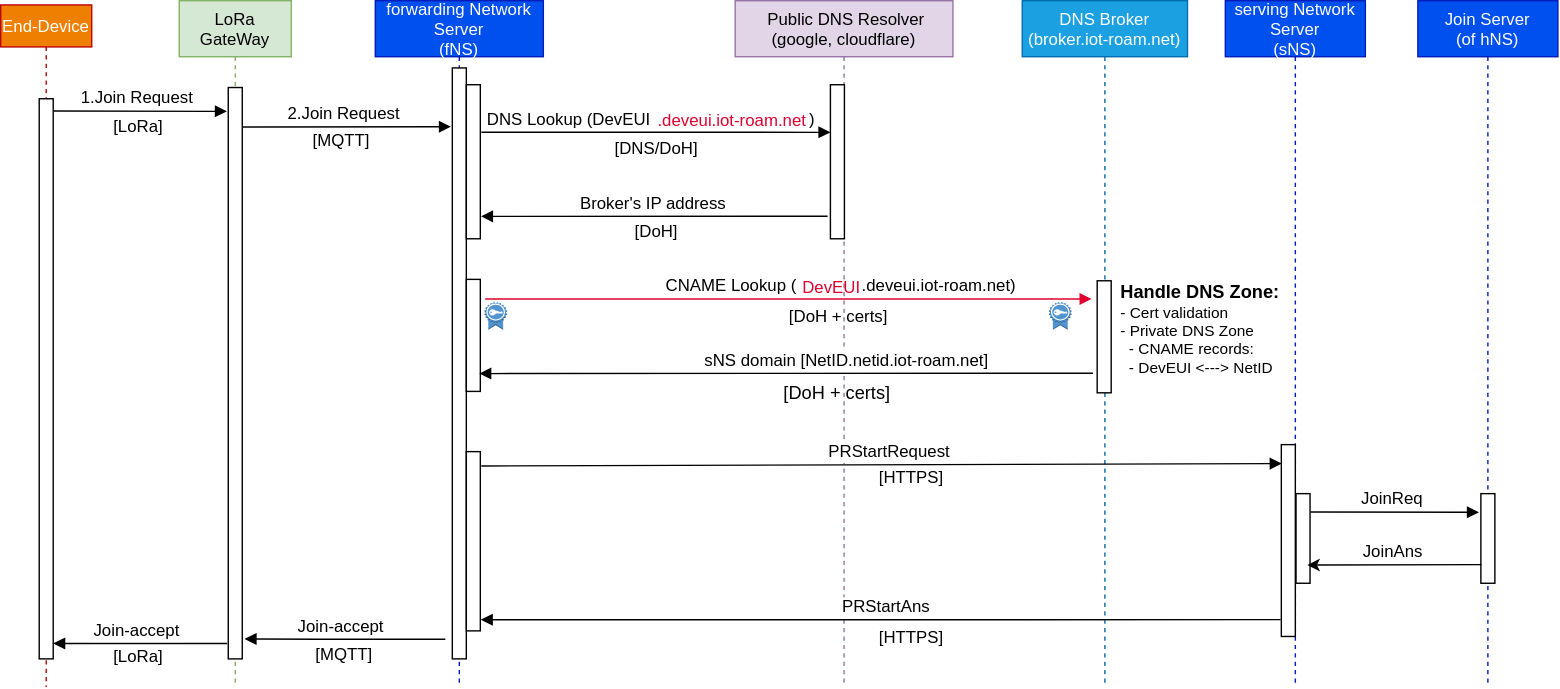
Above: images/echange.svg in MarinoMtz/LoRaWAN-Roaming-Tutorial (draw.io), before the change. Source tidied: cells renumbered, new cells last; positions are measured from the earlier drawing's top-left corner, leaving out a move shared by most shapes.
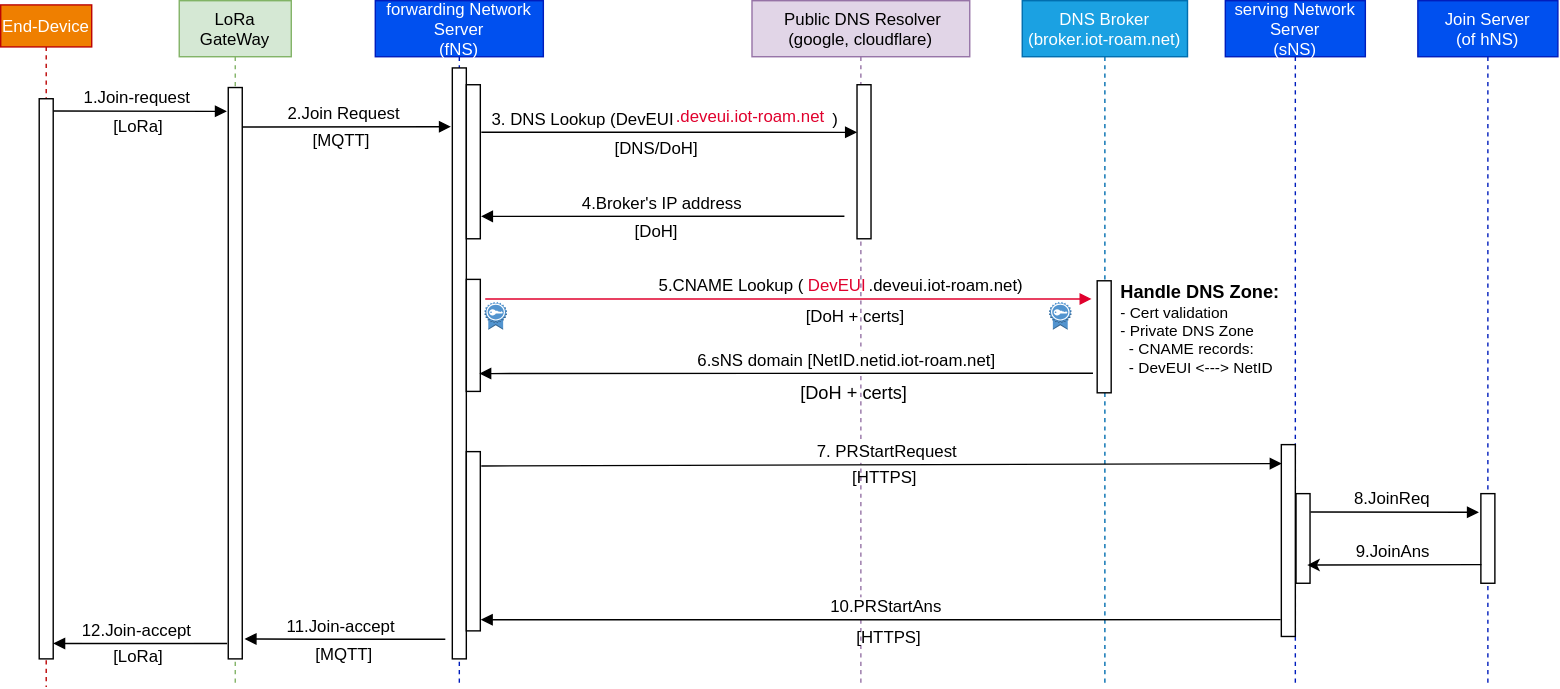
Above is the later version.

Diff of the diagram source:
```diff
@@ -2,7 +2,7 @@
   <root>
     <mxCell id="0" />
     <mxCell id="1" parent="0" />
-    <mxCell id="2" value="CNAME Lookup (              .deveui.iot-roam.net)" style="verticalAlign=bottom;endArrow=block;shadow=0;strokeWidth=1;exitX=1.45;exitY=0.175;exitDx=0;exitDy=0;exitPerimeter=0;fontSize=12;strokeColor=#E0002D;" parent="1" edge="1">
+    <mxCell id="2" value="5.CNAME Lookup (              .deveui.iot-roam.net)" style="verticalAlign=bottom;endArrow=block;shadow=0;strokeWidth=1;exitX=1.45;exitY=0.175;exitDx=0;exitDy=0;exitPerimeter=0;fontSize=12;strokeColor=#E0002D;" parent="1" edge="1">
       <mxGeometry x="0.17" relative="1" as="geometry">
         <mxPoint x="346" y="213" as="sourcePoint" />
         <mxPoint x="779" y="213" as="targetPoint" />
@@ -30,30 +30,30 @@
       <mxGeometry x="481.2" y="215" width="16" height="20" as="geometry" />
     </mxCell>
     <mxCell id="10" value=" Public DNS Resolver&#10;(google, cloudflare)" style="shape=umlLifeline;perimeter=lifelinePerimeter;rounded=0;shadow=0;strokeWidth=1;fillColor=#e1d5e7;strokeColor=#9673a6;" parent="1" vertex="1">
-      <mxGeometry x="524.5" width="155.5" height="490" as="geometry" />
+      <mxGeometry x="536.5" width="155.5" height="490" as="geometry" />
     </mxCell>
     <mxCell id="11" style="points=[];perimeter=orthogonalPerimeter;rounded=0;shadow=0;strokeWidth=1;" parent="10" vertex="1">
-      <mxGeometry x="68" y="60" width="10" height="110" as="geometry" />
+      <mxGeometry x="75" y="60" width="10" height="110" as="geometry" />
     </mxCell>
-    <mxCell id="12" value="Broker's IP address" style="verticalAlign=bottom;endArrow=block;shadow=0;strokeWidth=1;exitX=-0.3;exitY=0.936;exitDx=0;exitDy=0;exitPerimeter=0;fontSize=12;" parent="10" edge="1">
+    <mxCell id="12" value="4.Broker's IP address" style="verticalAlign=bottom;endArrow=block;shadow=0;strokeWidth=1;exitX=-0.3;exitY=0.936;exitDx=0;exitDy=0;exitPerimeter=0;fontSize=12;" parent="10" edge="1">
       <mxGeometry relative="1" as="geometry">
         <mxPoint x="66" y="154" as="sourcePoint" />
-        <mxPoint x="-181.5" y="154" as="targetPoint" />
+        <mxPoint x="-193.5" y="154" as="targetPoint" />
       </mxGeometry>
     </mxCell>
     <mxCell id="13" value="[DoH + certs]" style="text;html=1;align=center;verticalAlign=middle;strokeColor=none;fillColor=none;" parent="10" vertex="1">
       <mxGeometry x="28" y="215.5" width="90" height="20" as="geometry" />
     </mxCell>
     <mxCell id="14" value="[HTTPS]" style="text;html=1;align=center;verticalAlign=middle;strokeColor=none;fillColor=none;" parent="10" vertex="1">
-      <mxGeometry x="95.5" y="331" width="60" height="20" as="geometry" />
+      <mxGeometry x="64.5" y="331" width="60" height="20" as="geometry" />
     </mxCell>
     <mxCell id="15" value="[DoH + certs]" style="text;html=1;align=center;verticalAlign=middle;strokeColor=none;fillColor=none;fontSize=13;" parent="10" vertex="1">
       <mxGeometry x="27.2" y="270" width="90" height="20" as="geometry" />
     </mxCell>
     <mxCell id="16" value="[HTTPS]" style="text;html=1;align=center;verticalAlign=middle;strokeColor=none;fillColor=none;" parent="10" vertex="1">
-      <mxGeometry x="95.5" y="445" width="60" height="20" as="geometry" />
+      <mxGeometry x="67.5" y="445" width="60" height="20" as="geometry" />
     </mxCell>
-    <mxCell id="17" value="DNS Lookup (DevEUI                                  )" style="verticalAlign=bottom;endArrow=block;shadow=0;strokeWidth=1;entryX=0;entryY=0.309;entryDx=0;entryDy=0;entryPerimeter=0;fontSize=12;exitX=1.073;exitY=0.308;exitDx=0;exitDy=0;exitPerimeter=0;" parent="1" edge="1" source="5" target="11">
+    <mxCell id="17" value="3. DNS Lookup (DevEUI                                  )" style="verticalAlign=bottom;endArrow=block;shadow=0;strokeWidth=1;entryX=0;entryY=0.309;entryDx=0;entryDy=0;entryPerimeter=0;fontSize=12;exitX=1.073;exitY=0.308;exitDx=0;exitDy=0;exitPerimeter=0;" parent="1" edge="1" source="5" target="11">
       <mxGeometry x="-0.02" relative="1" as="geometry" />
     </mxCell>
     <mxCell id="18" value="serving Network &#10;Server&#10;(sNS)" style="shape=umlLifeline;perimeter=lifelinePerimeter;rounded=0;shadow=0;strokeWidth=1;fillColor=#0050ef;fontColor=#ffffff;strokeColor=#001DBC;" parent="1" vertex="1">
@@ -71,13 +71,13 @@
     <mxCell id="22" value="&lt;div style=&quot;font-size: 11px&quot;&gt;&lt;font size=&quot;1&quot;&gt;&lt;b style=&quot;font-size: 13px&quot;&gt;Handle DNS Zone:&lt;/b&gt;&lt;/font&gt;&lt;/div&gt;&lt;div style=&quot;font-size: 11px&quot;&gt;- Cert validation&lt;br style=&quot;font-size: 11px&quot;&gt;&lt;/div&gt;&lt;div style=&quot;font-size: 11px&quot;&gt;&lt;div style=&quot;font-size: 11px&quot;&gt;- Private DNS Zone&lt;/div&gt;&lt;div style=&quot;font-size: 11px&quot;&gt;&amp;nbsp; - CNAME records:&lt;br&gt;&lt;/div&gt;&lt;div style=&quot;font-size: 11px&quot;&gt;&amp;nbsp; - DevEUI &amp;lt;---&amp;gt; NetID&lt;br&gt;&lt;/div&gt;&lt;/div&gt;" style="text;html=1;strokeColor=none;fillColor=none;align=left;verticalAlign=middle;whiteSpace=wrap;rounded=0;fontSize=11;" parent="20" vertex="1">
       <mxGeometry x="68" y="200" width="140" height="70" as="geometry" />
     </mxCell>
-    <mxCell id="23" value="PRStartAns" style="verticalAlign=bottom;endArrow=block;shadow=0;strokeWidth=1;entryX=1.033;entryY=0.867;entryDx=0;entryDy=0;entryPerimeter=0;fontSize=12;" parent="1" edge="1">
+    <mxCell id="23" value="10.PRStartAns" style="verticalAlign=bottom;endArrow=block;shadow=0;strokeWidth=1;entryX=1.033;entryY=0.867;entryDx=0;entryDy=0;entryPerimeter=0;fontSize=12;" parent="1" edge="1">
       <mxGeometry x="-0.01" relative="1" as="geometry">
         <mxPoint x="914" y="442" as="sourcePoint" />
         <mxPoint x="342.8" y="442" as="targetPoint" />
       </mxGeometry>
     </mxCell>
-    <mxCell id="24" value=" PRStartRequest" style="verticalAlign=bottom;endArrow=block;shadow=0;strokeWidth=1;exitX=1.069;exitY=0.08;exitDx=0;exitDy=0;exitPerimeter=0;fontSize=12;entryX=0.027;entryY=0.099;entryDx=0;entryDy=0;entryPerimeter=0;" parent="1" edge="1" source="6" target="19">
+    <mxCell id="24" value="7. PRStartRequest" style="verticalAlign=bottom;endArrow=block;shadow=0;strokeWidth=1;exitX=1.069;exitY=0.08;exitDx=0;exitDy=0;exitPerimeter=0;fontSize=12;entryX=0.027;entryY=0.099;entryDx=0;entryDy=0;entryPerimeter=0;" parent="1" edge="1" source="6" target="19">
       <mxGeometry x="0.01" relative="1" as="geometry" />
     </mxCell>
     <mxCell id="25" value="End-Device" style="shape=umlLifeline;perimeter=lifelinePerimeter;rounded=0;shadow=0;strokeWidth=1;size=30;fillColor=#EF7F00;fontColor=#ffffff;strokeColor=#BC0404;" parent="1" vertex="1">
@@ -86,7 +86,7 @@
     <mxCell id="26" style="points=[];perimeter=orthogonalPerimeter;rounded=0;shadow=0;strokeWidth=1;" parent="1" vertex="1">
       <mxGeometry x="27.5" y="70" width="10" height="400" as="geometry" />
     </mxCell>
-    <mxCell id="27" value="Join-accept" style="verticalAlign=bottom;endArrow=block;shadow=0;strokeWidth=1;fontSize=12;entryX=1.166;entryY=0.965;entryDx=0;entryDy=0;entryPerimeter=0;" parent="1" edge="1" target="29">
+    <mxCell id="27" value="11.Join-accept" style="verticalAlign=bottom;endArrow=block;shadow=0;strokeWidth=1;fontSize=12;entryX=1.166;entryY=0.965;entryDx=0;entryDy=0;entryPerimeter=0;" parent="1" edge="1" target="29">
       <mxGeometry x="0.03" relative="1" as="geometry">
         <mxPoint x="317.5" y="456" as="sourcePoint" />
         <Array as="points">
@@ -100,7 +100,7 @@
     <mxCell id="29" style="points=[];perimeter=orthogonalPerimeter;rounded=0;shadow=0;strokeWidth=1;" parent="28" vertex="1">
       <mxGeometry x="35" y="62" width="10" height="408" as="geometry" />
     </mxCell>
-    <mxCell id="30" value="1.Join Request" style="verticalAlign=bottom;endArrow=block;shadow=0;strokeWidth=1;fontSize=12;exitX=1.019;exitY=0.022;exitDx=0;exitDy=0;exitPerimeter=0;" parent="28" edge="1" source="26">
+    <mxCell id="30" value="1.Join-request" style="verticalAlign=bottom;endArrow=block;shadow=0;strokeWidth=1;fontSize=12;exitX=1.019;exitY=0.022;exitDx=0;exitDy=0;exitPerimeter=0;" parent="28" edge="1" source="26">
       <mxGeometry x="-0.02" relative="1" as="geometry">
         <mxPoint x="34" y="79" as="targetPoint" />
       </mxGeometry>
@@ -110,7 +110,7 @@
         <mxPoint x="321.5" y="90" as="targetPoint" />
       </mxGeometry>
     </mxCell>
-    <mxCell id="32" value="Join-accept" style="verticalAlign=bottom;endArrow=block;shadow=0;strokeWidth=1;fontSize=12;exitX=-0.08;exitY=0.973;exitDx=0;exitDy=0;exitPerimeter=0;" parent="1" edge="1" source="29">
+    <mxCell id="32" value="12.Join-accept" style="verticalAlign=bottom;endArrow=block;shadow=0;strokeWidth=1;fontSize=12;exitX=-0.08;exitY=0.973;exitDx=0;exitDy=0;exitPerimeter=0;" parent="1" edge="1" source="29">
       <mxGeometry x="0.03" relative="1" as="geometry">
         <mxPoint x="37.5" y="459" as="targetPoint" />
         <Array as="points">
@@ -133,7 +133,7 @@
     <mxCell id="37" value="[MQTT]" style="text;html=1;align=center;verticalAlign=middle;strokeColor=none;fillColor=none;" parent="1" vertex="1">
       <mxGeometry x="214.5" y="457" width="60" height="20" as="geometry" />
     </mxCell>
-    <mxCell id="38" value="sNS domain [NetID.netid.iot-roam.net]" style="verticalAlign=bottom;endArrow=block;shadow=0;strokeWidth=1;entryX=0.926;entryY=0.841;entryDx=0;entryDy=0;entryPerimeter=0;fontSize=12;" parent="1" edge="1" target="7">
+    <mxCell id="38" value="6.sNS domain [NetID.netid.iot-roam.net]" style="verticalAlign=bottom;endArrow=block;shadow=0;strokeWidth=1;entryX=0.926;entryY=0.841;entryDx=0;entryDy=0;entryPerimeter=0;fontSize=12;" parent="1" edge="1" target="7">
       <mxGeometry x="-0.2" relative="1" as="geometry">
         <mxPoint x="780" y="266" as="sourcePoint" />
       </mxGeometry>
@@ -142,10 +142,10 @@
       <mxGeometry x="72.5" y="459" width="50" height="20" as="geometry" />
     </mxCell>
     <mxCell id="40" value=".deveui.iot-roam.net" style="text;html=1;align=center;verticalAlign=middle;strokeColor=none;fillColor=none;fontColor=#E0002D;" parent="1" vertex="1">
-      <mxGeometry x="461.5" y="76" width="120" height="20" as="geometry" />
+      <mxGeometry x="475.5" y="73" width="120" height="20" as="geometry" />
     </mxCell>
     <mxCell id="41" value="DevEUI" style="text;html=1;align=center;verticalAlign=middle;strokeColor=none;fillColor=none;fontColor=#E0002D;" parent="1" vertex="1">
-      <mxGeometry x="562.5" y="195" width="60" height="20" as="geometry" />
+      <mxGeometry x="566.5" y="194" width="60" height="20" as="geometry" />
     </mxCell>
     <mxCell id="42" value="Join Server&#10;(of hNS)" style="shape=umlLifeline;perimeter=lifelinePerimeter;rounded=0;shadow=0;strokeWidth=1;fillColor=#0050ef;fontColor=#ffffff;strokeColor=#001DBC;" parent="1" vertex="1">
       <mxGeometry x="1012" width="100" height="490" as="geometry" />
@@ -156,10 +156,10 @@
     <mxCell id="44" style="points=[];perimeter=orthogonalPerimeter;rounded=0;shadow=0;strokeWidth=1;" parent="1" vertex="1">
       <mxGeometry x="925" y="352" width="10" height="64" as="geometry" />
     </mxCell>
-    <mxCell id="45" value="JoinReq" style="verticalAlign=bottom;endArrow=block;shadow=0;strokeWidth=1;entryX=-0.14;entryY=0.208;entryDx=0;entryDy=0;entryPerimeter=0;fontSize=12;exitX=1.033;exitY=0.204;exitDx=0;exitDy=0;exitPerimeter=0;" parent="1" edge="1" source="44" target="43">
+    <mxCell id="45" value="8.JoinReq" style="verticalAlign=bottom;endArrow=block;shadow=0;strokeWidth=1;entryX=-0.14;entryY=0.208;entryDx=0;entryDy=0;entryPerimeter=0;fontSize=12;exitX=1.033;exitY=0.204;exitDx=0;exitDy=0;exitPerimeter=0;" parent="1" edge="1" source="44" target="43">
       <mxGeometry x="-0.02" relative="1" as="geometry" />
     </mxCell>
-    <mxCell id="46" value="JoinAns" style="verticalAlign=bottom;endArrow=none;shadow=0;strokeWidth=1;fontSize=12;endFill=0;startArrow=classic;startFill=1;entryX=0.039;entryY=0.792;entryDx=0;entryDy=0;entryPerimeter=0;" parent="1" edge="1" target="43">
+    <mxCell id="46" value="9.JoinAns" style="verticalAlign=bottom;endArrow=none;shadow=0;strokeWidth=1;fontSize=12;endFill=0;startArrow=classic;startFill=1;entryX=0.039;entryY=0.792;entryDx=0;entryDy=0;entryPerimeter=0;" parent="1" edge="1" target="43">
       <mxGeometry x="-0.02" relative="1" as="geometry">
         <mxPoint x="933" y="403" as="sourcePoint" />
       </mxGeometry>
```
